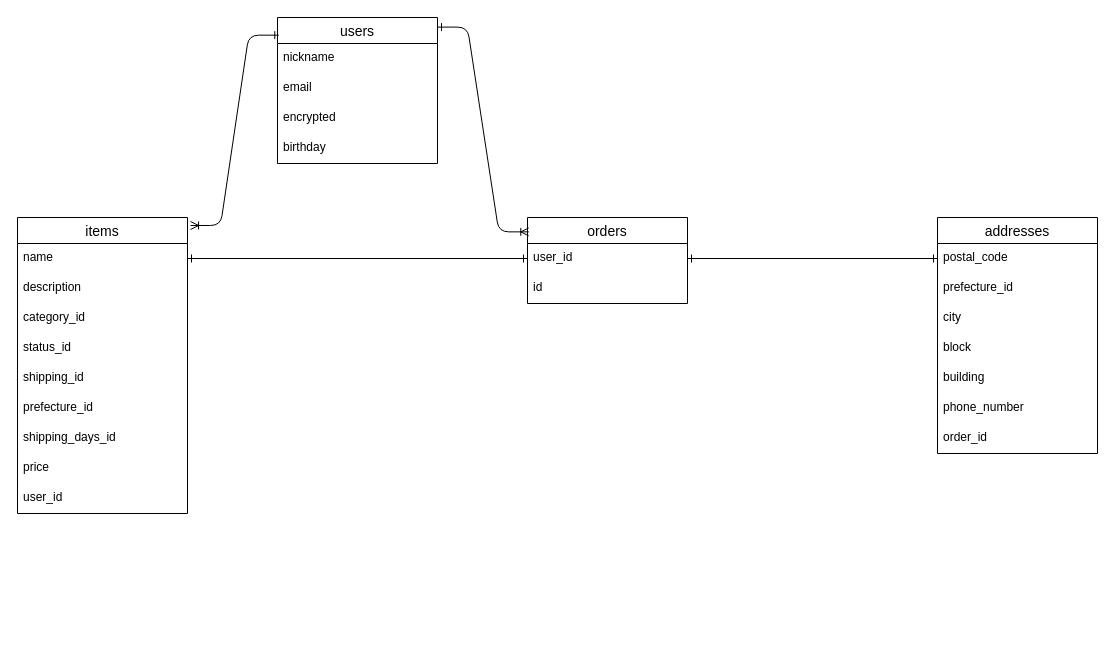
Before: .dio in kazu666666/furima-42184, a draw.io diagram. Source tidied: cells renumbered, new cells numbered last; positions are measured from the earlier drawing's top-left corner, leaving out a move shared by most shapes. Both pictures are drawn from the tidied source at 100%, with x=0, y=0 at pixel (17, 17).
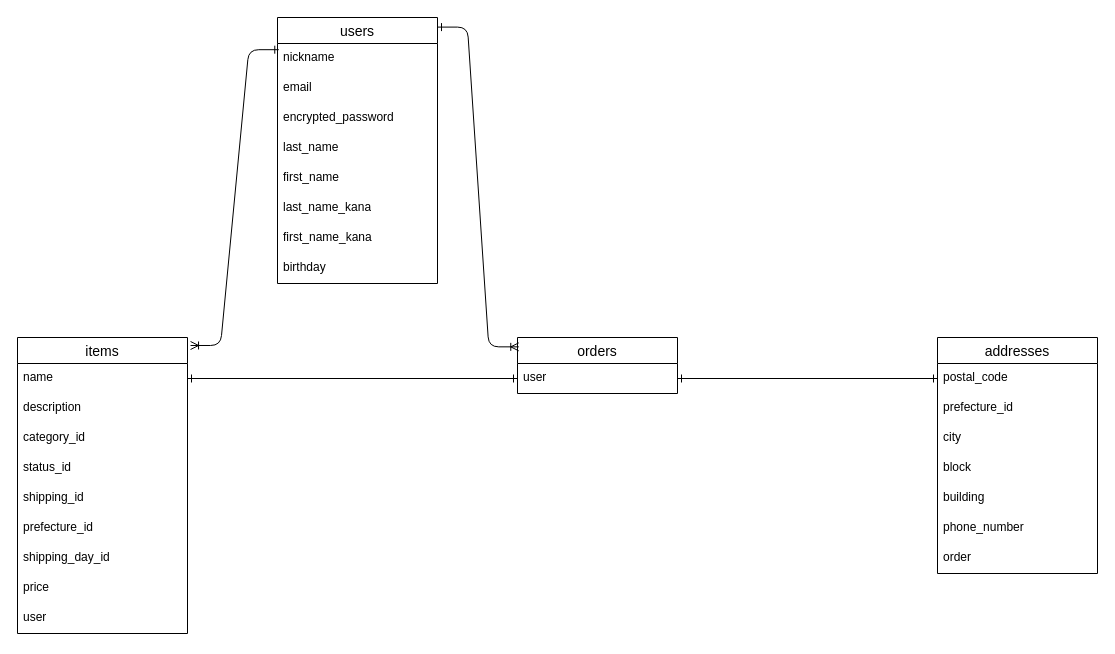
Above is the later version.

Change to the diagram source:
```diff
@@
     <mxCell id="2" value="users" style="swimlane;fontStyle=0;horizontal=1;startSize=26;align=center;fontSize=14;" parent="1" vertex="1">
-      <mxGeometry x="260" width="160" height="146" as="geometry" />
+      <mxGeometry x="260" width="160" height="266" as="geometry" />
     </mxCell>
@@
-    <mxCell id="5" value="encrypted" style="text;strokeColor=none;fillColor=none;spacingLeft=4;spacingRight=4;overflow=hidden;fontSize=12;whiteSpace=wrap;html=1;" parent="2" vertex="1">
+    <mxCell id="5" value="encrypted_password" style="text;strokeColor=none;fillColor=none;spacingLeft=4;spacingRight=4;overflow=hidden;fontSize=12;whiteSpace=wrap;html=1;" parent="2" vertex="1">
       <mxGeometry y="86" width="160" height="30" as="geometry" />
     </mxCell>
-    <mxCell id="6" value="birthday" style="text;strokeColor=none;fillColor=none;spacingLeft=4;spacingRight=4;overflow=hidden;fontSize=12;whiteSpace=wrap;html=1;" parent="2" vertex="1">
+    <mxCell id="6" value="last_name" style="text;strokeColor=none;fillColor=none;spacingLeft=4;spacingRight=4;overflow=hidden;fontSize=12;whiteSpace=wrap;html=1;" parent="2" vertex="1">
       <mxGeometry y="116" width="160" height="30" as="geometry" />
     </mxCell>
+    <mxCell id="32" value="first_name" style="text;strokeColor=none;fillColor=none;spacingLeft=4;spacingRight=4;overflow=hidden;fontSize=12;whiteSpace=wrap;html=1;" parent="2" vertex="1">
+      <mxGeometry y="146" width="160" height="30" as="geometry" />
+    </mxCell>
+    <mxCell id="33" value="last_name_kana" style="text;strokeColor=none;fillColor=none;spacingLeft=4;spacingRight=4;overflow=hidden;fontSize=12;whiteSpace=wrap;html=1;" parent="2" vertex="1">
+      <mxGeometry y="176" width="160" height="30" as="geometry" />
+    </mxCell>
+    <mxCell id="34" value="first_name_kana" style="text;strokeColor=none;fillColor=none;spacingLeft=4;spacingRight=4;overflow=hidden;fontSize=12;whiteSpace=wrap;html=1;" parent="2" vertex="1">
+      <mxGeometry y="206" width="160" height="30" as="geometry" />
+    </mxCell>
+    <mxCell id="35" value="birthday" style="text;strokeColor=none;fillColor=none;spacingLeft=4;spacingRight=4;overflow=hidden;fontSize=12;whiteSpace=wrap;html=1;" parent="2" vertex="1">
+      <mxGeometry y="236" width="160" height="30" as="geometry" />
+    </mxCell>
     <mxCell id="7" value="items" style="swimlane;fontStyle=0;horizontal=1;startSize=26;align=center;fontSize=14;" parent="1" vertex="1">
-      <mxGeometry y="200" width="170" height="296" as="geometry" />
+      <mxGeometry y="320" width="170" height="296" as="geometry" />
     </mxCell>
@@
-    <mxCell id="14" value="shipping_days_id" style="text;strokeColor=none;fillColor=none;spacingLeft=4;spacingRight=4;overflow=hidden;fontSize=12;whiteSpace=wrap;html=1;" parent="7" vertex="1">
+    <mxCell id="14" value="shipping_day_id" style="text;strokeColor=none;fillColor=none;spacingLeft=4;spacingRight=4;overflow=hidden;fontSize=12;whiteSpace=wrap;html=1;" parent="7" vertex="1">
       <mxGeometry y="206" width="170" height="30" as="geometry" />
     </mxCell>
@@
-    <mxCell id="16" value="user_id&amp;nbsp;" style="text;strokeColor=none;fillColor=none;spacingLeft=4;spacingRight=4;overflow=hidden;fontSize=12;whiteSpace=wrap;html=1;" parent="7" vertex="1">
+    <mxCell id="16" value="user" style="text;strokeColor=none;fillColor=none;spacingLeft=4;spacingRight=4;overflow=hidden;fontSize=12;whiteSpace=wrap;html=1;" parent="7" vertex="1">
       <mxGeometry y="266" width="170" height="30" as="geometry" />
     </mxCell>
     <mxCell id="17" value="orders" style="swimlane;fontStyle=0;horizontal=1;startSize=26;align=center;fontSize=14;" parent="1" vertex="1">
-      <mxGeometry x="510" y="200" width="160" height="86" as="geometry" />
+      <mxGeometry x="500" y="320" width="160" height="56" as="geometry" />
     </mxCell>
-    <mxCell id="18" value="user_id" style="text;strokeColor=none;fillColor=none;spacingLeft=4;spacingRight=4;overflow=hidden;points=[[0,0.5],[1,0.5]];portConstraint=eastwest;fontSize=12;whiteSpace=wrap;html=1;" parent="17" vertex="1">
+    <mxCell id="18" value="user" style="text;strokeColor=none;fillColor=none;spacingLeft=4;spacingRight=4;overflow=hidden;points=[[0,0.5],[1,0.5]];portConstraint=eastwest;fontSize=12;whiteSpace=wrap;html=1;" parent="17" vertex="1">
       <mxGeometry y="26" width="160" height="30" as="geometry" />
     </mxCell>
-    <mxCell id="19" value="id" style="text;strokeColor=none;fillColor=none;spacingLeft=4;spacingRight=4;overflow=hidden;fontSize=12;whiteSpace=wrap;html=1;" parent="17" vertex="1">
-      <mxGeometry y="56" width="160" height="30" as="geometry" />
-    </mxCell>
     <mxCell id="20" value="addresses" style="swimlane;fontStyle=0;horizontal=1;startSize=26;align=center;fontSize=14;" parent="1" vertex="1">
-      <mxGeometry x="920" y="200" width="160" height="236" as="geometry" />
+      <mxGeometry x="920" y="320" width="160" height="236" as="geometry" />
     </mxCell>
@@
-    <mxCell id="27" value="order_id" style="text;strokeColor=none;fillColor=none;spacingLeft=4;spacingRight=4;overflow=hidden;fontSize=12;whiteSpace=wrap;html=1;" parent="20" vertex="1">
+    <mxCell id="27" value="order" style="text;strokeColor=none;fillColor=none;spacingLeft=4;spacingRight=4;overflow=hidden;fontSize=12;whiteSpace=wrap;html=1;" parent="20" vertex="1">
       <mxGeometry y="206" width="160" height="30" as="geometry" />
     </mxCell>
```
